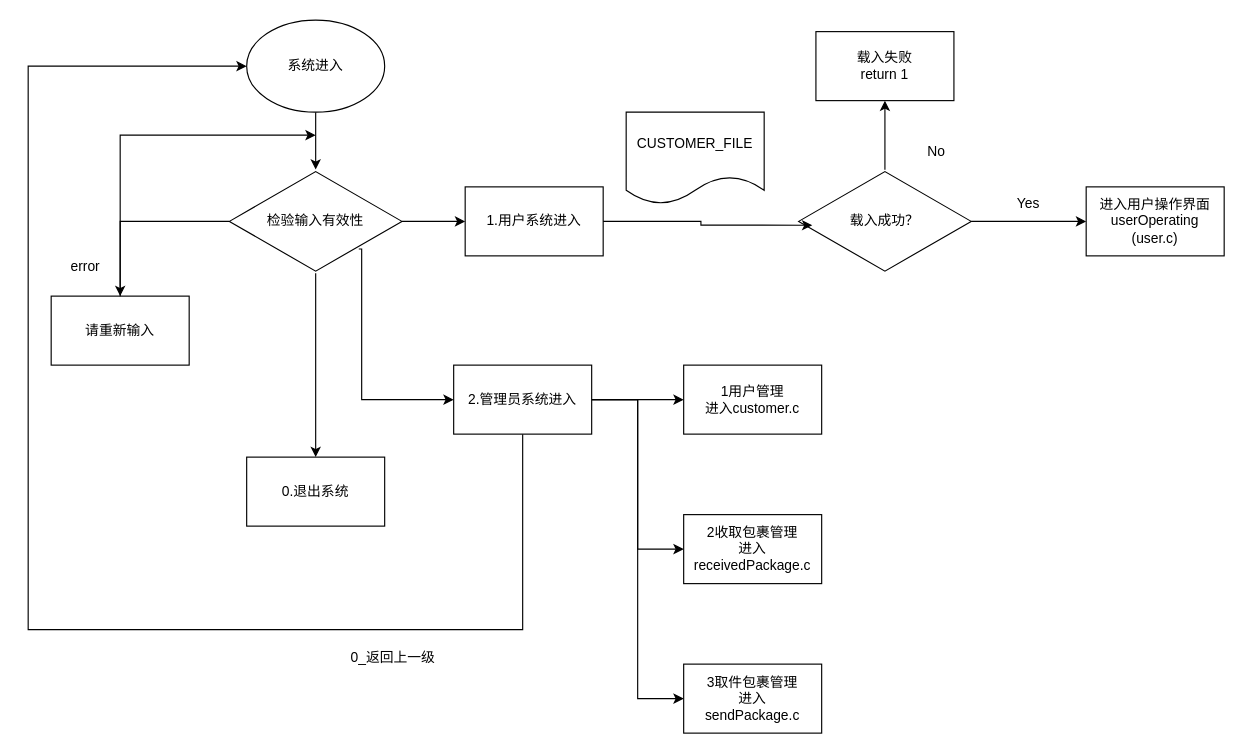
This is page "1.系统界面流程图" (1 of 8) of group6导图.drawio from AshIgnis/JLU_CourierStation, a draw.io file, before an edit. Source tidied: cells renumbered, new cells numbered last; positions are measured from the earlier drawing's top-left corner, leaving out a move shared by most shapes. Both pictures are drawn from the tidied source at 115%, with x=0, y=0 at pixel (28, 20).
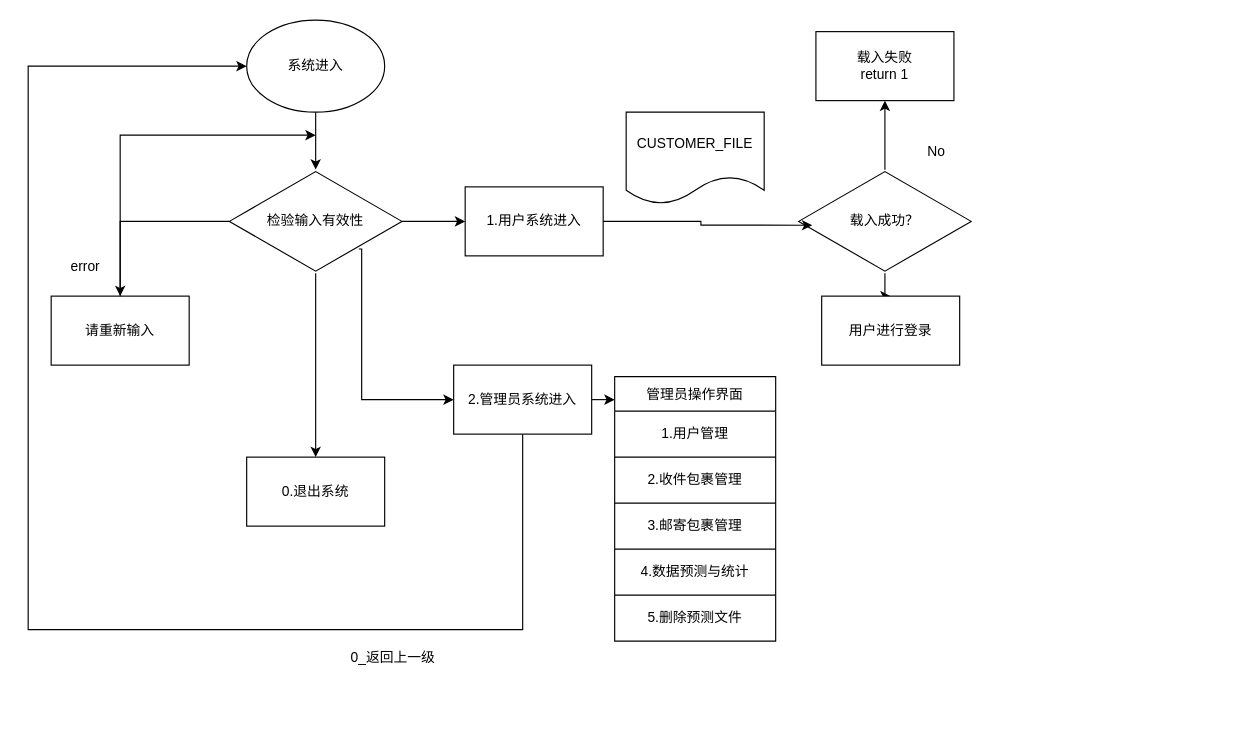
After the change.

The change refers to these unchanged cells:
```xml
<mxCell id="9" value="2.管理员系统进入" style="rounded=0;whiteSpace=wrap;html=1;" parent="1" vertex="1">
  <mxGeometry x="370" y="300" width="120" height="60" as="geometry" />
</mxCell>
<mxCell id="21" value="载入成功？" style="html=1;whiteSpace=wrap;shape=isoRectangle;" parent="1" vertex="1">
  <mxGeometry x="670" y="130" width="150" height="90" as="geometry" />
</mxCell>
<mxCell id="25" value="载入失败&lt;div&gt;return 1&lt;/div&gt;" style="rounded=0;whiteSpace=wrap;html=1;" parent="1" vertex="1">
  <mxGeometry x="685" y="10" width="120" height="60" as="geometry" />
</mxCell>
```

What changed in the source:
```diff
@@
-    <mxCell id="5" style="edgeStyle=orthogonalEdgeStyle;rounded=0;jettySize=auto;html=1;entryX=0;entryY=0.5;entryDx=0;entryDy=0;" parent="1" edge="1" source="9" target="28">
-      <mxGeometry relative="1" as="geometry" />
-    </mxCell>
-    <mxCell id="6" style="edgeStyle=orthogonalEdgeStyle;rounded=0;jettySize=auto;html=1;entryX=0;entryY=0.5;entryDx=0;entryDy=0;" parent="1" edge="1" source="9" target="29">
-      <mxGeometry relative="1" as="geometry" />
-    </mxCell>
-    <mxCell id="7" style="edgeStyle=orthogonalEdgeStyle;rounded=0;jettySize=auto;html=1;entryX=0;entryY=0.5;entryDx=0;entryDy=0;" parent="1" edge="1" source="9" target="30">
-      <mxGeometry relative="1" as="geometry" />
-    </mxCell>
@@
+    <mxCell id="32" style="edgeStyle=orthogonalEdgeStyle;rounded=0;jettySize=auto;html=1;" parent="1" edge="1" source="9">
+      <mxGeometry relative="1" as="geometry">
+        <mxPoint x="510" y="330" as="targetPoint" />
+      </mxGeometry>
+    </mxCell>
@@
+    <mxCell id="20" style="edgeStyle=orthogonalEdgeStyle;rounded=0;jettySize=auto;html=1;" parent="1" edge="1" source="21" target="25">
+      <mxGeometry relative="1" as="geometry" />
+    </mxCell>
-    <mxCell id="19" style="edgeStyle=orthogonalEdgeStyle;rounded=0;jettySize=auto;html=1;entryX=0;entryY=0.5;entryDx=0;entryDy=0;" parent="1" edge="1" source="21" target="24">
+    <mxCell id="19" style="edgeStyle=orthogonalEdgeStyle;rounded=0;jettySize=auto;html=1;" parent="1" edge="1" source="21" target="24">
       <mxGeometry relative="1" as="geometry" />
     </mxCell>
-    <mxCell id="20" style="edgeStyle=orthogonalEdgeStyle;rounded=0;jettySize=auto;html=1;" parent="1" edge="1" source="21" target="25">
-      <mxGeometry relative="1" as="geometry" />
-    </mxCell>
@@
-    <mxCell id="24" value="进入用户操作界面&lt;div&gt;userOperating&lt;/div&gt;&lt;div&gt;(user.c&lt;span style=&quot;background-color: transparent; color: light-dark(rgb(0, 0, 0), rgb(255, 255, 255));&quot;&gt;)&lt;/span&gt;&lt;/div&gt;" style="rounded=0;whiteSpace=wrap;html=1;" parent="1" vertex="1">
-      <mxGeometry x="920" y="145" width="120" height="60" as="geometry" />
+    <mxCell id="24" value="用户进行登录" style="rounded=0;whiteSpace=wrap;html=1;" parent="1" vertex="1">
+      <mxGeometry x="690" y="240" width="120" height="60" as="geometry" />
     </mxCell>
@@
-    <mxCell id="27" value="Yes" style="text;html=1;align=center;verticalAlign=middle;whiteSpace=wrap;rounded=0;" parent="1" vertex="1">
-      <mxGeometry x="840" y="145" width="60" height="30" as="geometry" />
-    </mxCell>
-    <mxCell id="28" value="1用户管理&lt;div&gt;进入customer.c&lt;/div&gt;" style="rounded=0;whiteSpace=wrap;html=1;" parent="1" vertex="1">
-      <mxGeometry x="570" y="300" width="120" height="60" as="geometry" />
-    </mxCell>
-    <mxCell id="29" value="2收取包裹管理&lt;div&gt;进入receivedPackage.c&lt;/div&gt;" style="rounded=0;whiteSpace=wrap;html=1;" parent="1" vertex="1">
-      <mxGeometry x="570" y="430" width="120" height="60" as="geometry" />
-    </mxCell>
-    <mxCell id="30" value="3取件包裹管理&lt;div&gt;进入&lt;/div&gt;&lt;div&gt;sendPackage.c&lt;/div&gt;" style="rounded=0;whiteSpace=wrap;html=1;" parent="1" vertex="1">
-      <mxGeometry x="570" y="560" width="120" height="60" as="geometry" />
-    </mxCell>
@@
+    <mxCell id="33" value="管理员操作界面" style="shape=table;startSize=30;childLayout=tableLayout;" parent="1" vertex="1">
+      <mxGeometry x="510" y="310" width="140" height="230" as="geometry" />
+    </mxCell>
+    <mxCell id="34" style="shape=tableRow;horizontal=0;startSize=0;swimlaneHead=0;swimlaneBody=0;strokeColor=inherit;top=0;left=0;bottom=0;right=0;fillColor=none;" parent="33" vertex="1">
+      <mxGeometry y="30" width="140" height="40" as="geometry" />
+    </mxCell>
+    <mxCell id="35" value="1.用户管理" style="shape=partialRectangle;html=1;whiteSpace=wrap;strokeColor=inherit;overflow=hidden;fillColor=none;top=0;left=0;bottom=0;right=0;" parent="34" vertex="1">
+      <mxGeometry width="140" height="40" as="geometry" />
+    </mxCell>
+    <mxCell id="36" style="shape=tableRow;horizontal=0;startSize=0;swimlaneHead=0;swimlaneBody=0;strokeColor=inherit;top=0;left=0;bottom=0;right=0;fillColor=none;" parent="33" vertex="1">
+      <mxGeometry y="70" width="140" height="40" as="geometry" />
+    </mxCell>
+    <mxCell id="37" value="2.收件包裹管理" style="shape=partialRectangle;html=1;whiteSpace=wrap;strokeColor=inherit;overflow=hidden;fillColor=none;top=0;left=0;bottom=0;right=0;" parent="36" vertex="1">
+      <mxGeometry width="140" height="40" as="geometry" />
+    </mxCell>
+    <mxCell id="38" style="shape=tableRow;horizontal=0;startSize=0;swimlaneHead=0;swimlaneBody=0;strokeColor=inherit;top=0;left=0;bottom=0;right=0;fillColor=none;" parent="33" vertex="1">
+      <mxGeometry y="110" width="140" height="40" as="geometry" />
+    </mxCell>
+    <mxCell id="39" value="3.邮寄包裹管理" style="shape=partialRectangle;html=1;whiteSpace=wrap;strokeColor=inherit;overflow=hidden;fillColor=none;top=0;left=0;bottom=0;right=0;" parent="38" vertex="1">
+      <mxGeometry width="140" height="40" as="geometry" />
+    </mxCell>
+    <mxCell id="40" style="shape=tableRow;horizontal=0;startSize=0;swimlaneHead=0;swimlaneBody=0;strokeColor=inherit;top=0;left=0;bottom=0;right=0;fillColor=none;" parent="33" vertex="1">
+      <mxGeometry y="150" width="140" height="40" as="geometry" />
+    </mxCell>
+    <mxCell id="41" value="4.数据预测与统计" style="shape=partialRectangle;html=1;whiteSpace=wrap;strokeColor=inherit;overflow=hidden;fillColor=none;top=0;left=0;bottom=0;right=0;" parent="40" vertex="1">
+      <mxGeometry width="140" height="40" as="geometry" />
+    </mxCell>
+    <mxCell id="42" style="shape=tableRow;horizontal=0;startSize=0;swimlaneHead=0;swimlaneBody=0;strokeColor=inherit;top=0;left=0;bottom=0;right=0;fillColor=none;" parent="33" vertex="1">
+      <mxGeometry y="190" width="140" height="40" as="geometry" />
+    </mxCell>
+    <mxCell id="43" value="5.删除预测文件" style="shape=partialRectangle;html=1;whiteSpace=wrap;strokeColor=inherit;overflow=hidden;fillColor=none;top=0;left=0;bottom=0;right=0;" parent="42" vertex="1">
+      <mxGeometry width="140" height="40" as="geometry" />
+    </mxCell>
```
